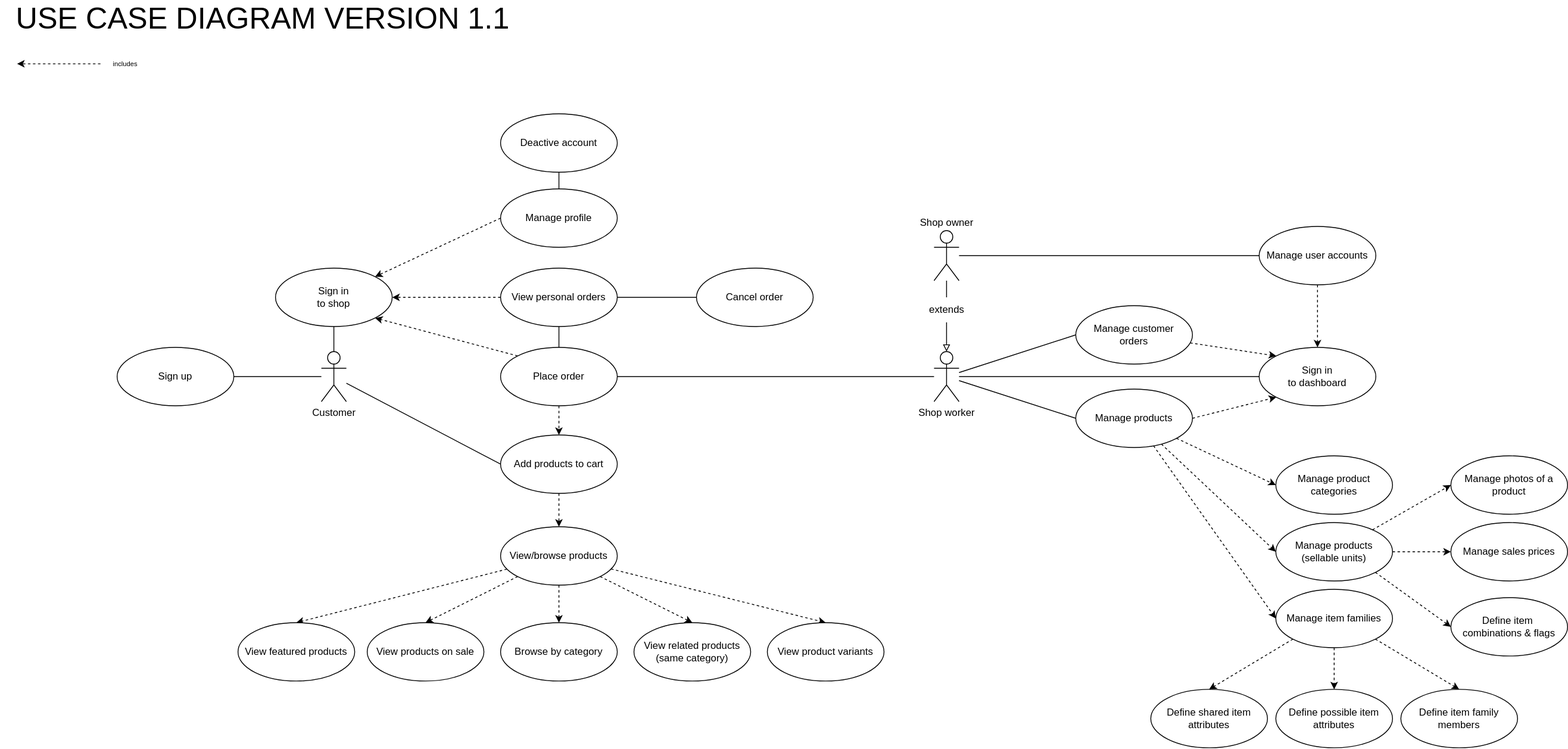
Before: docs/diagrams/use-cases.drawio.svg, a diagram exported from draw.io (thedatasnok/webshop). Source tidied: cells renumbered, new cells last; positions are measured from the earlier drawing's top-left corner, leaving out a move shared by most shapes.
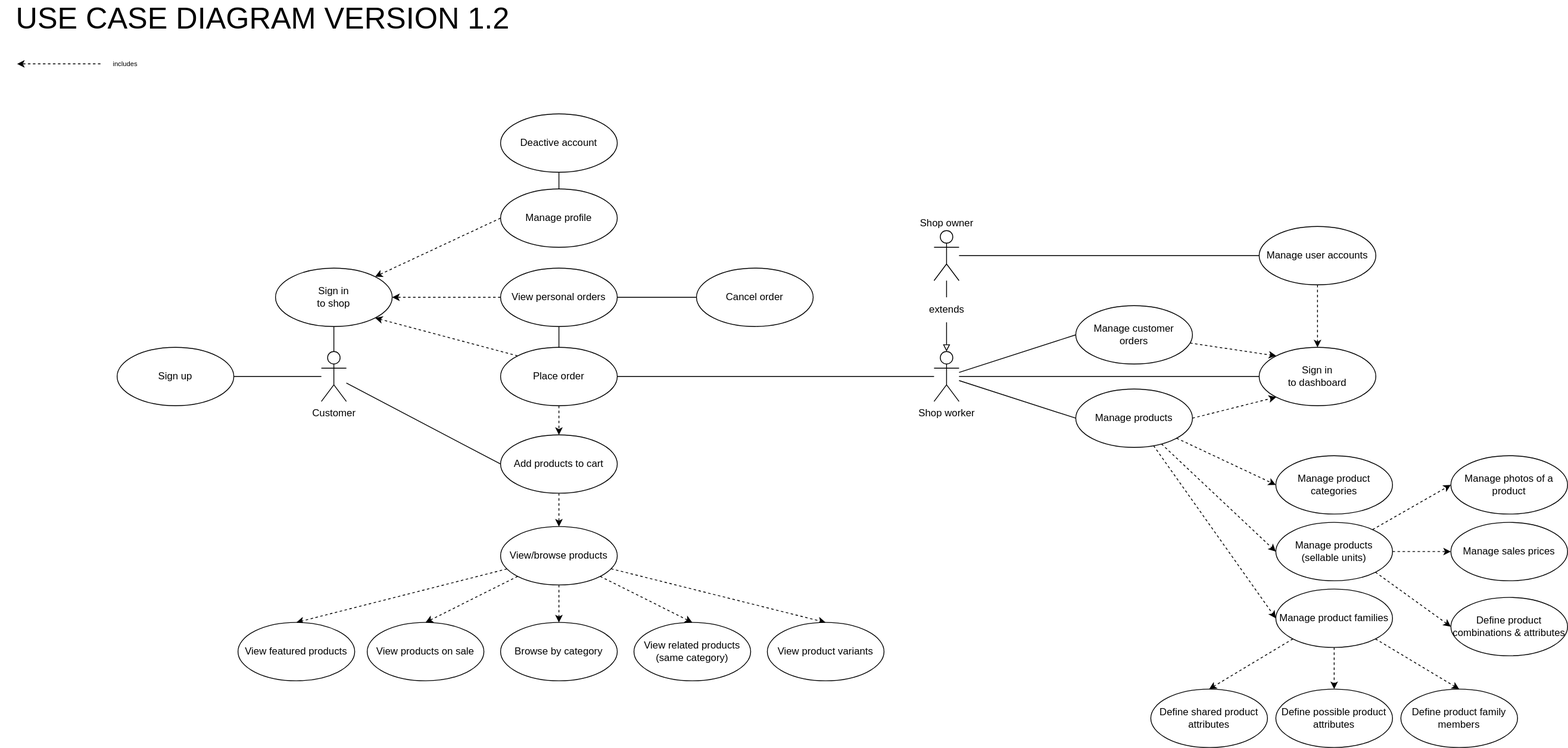
Above is the later version.

Commit message:
docs: update use case diagram

The edit, as a diff of the source:
```diff
@@ -122,7 +122,7 @@
     <mxCell id="40" value="&lt;font style=&quot;font-size: 12px;&quot;&gt;Manage products (sellable units)&lt;br&gt;&lt;/font&gt;" style="ellipse;whiteSpace=wrap;html=1;fontSize=8;" parent="1" vertex="1">
       <mxGeometry x="1530" y="620" width="140" height="70" as="geometry" />
     </mxCell>
-    <mxCell id="41" value="&lt;font style=&quot;font-size: 12px;&quot;&gt;Manage item families&lt;br&gt;&lt;/font&gt;" style="ellipse;whiteSpace=wrap;html=1;fontSize=8;" parent="1" vertex="1">
+    <mxCell id="41" value="&lt;font style=&quot;font-size: 12px;&quot;&gt;Manage product families&lt;br&gt;&lt;/font&gt;" style="ellipse;whiteSpace=wrap;html=1;fontSize=8;" parent="1" vertex="1">
       <mxGeometry x="1530" y="700" width="140" height="70" as="geometry" />
     </mxCell>
     <mxCell id="42" value="View related products&lt;br&gt;(same category)" style="ellipse;whiteSpace=wrap;html=1;" parent="1" vertex="1">
@@ -181,19 +181,19 @@
     <mxCell id="59" value="View featured products" style="ellipse;whiteSpace=wrap;html=1;fontSize=12;" parent="1" vertex="1">
       <mxGeometry x="285" y="740" width="140" height="70" as="geometry" />
     </mxCell>
-    <mxCell id="60" value="&lt;font style=&quot;font-size: 36px;&quot;&gt;USE CASE DIAGRAM VERSION 1.1&lt;/font&gt;" style="text;html=1;strokeColor=none;fillColor=none;align=center;verticalAlign=middle;whiteSpace=wrap;rounded=0;fontSize=12;" parent="1" vertex="1">
+    <mxCell id="60" value="&lt;font style=&quot;font-size: 36px;&quot;&gt;USE CASE DIAGRAM VERSION 1.2&lt;/font&gt;" style="text;html=1;strokeColor=none;fillColor=none;align=center;verticalAlign=middle;whiteSpace=wrap;rounded=0;fontSize=12;" parent="1" vertex="1">
       <mxGeometry width="630" height="30" as="geometry" />
     </mxCell>
-    <mxCell id="61" value="&lt;font style=&quot;font-size: 12px;&quot;&gt;Define item&amp;nbsp; combinations &amp;amp; flags&lt;br&gt;&lt;/font&gt;" style="ellipse;whiteSpace=wrap;html=1;fontSize=8;" parent="1" vertex="1">
+    <mxCell id="61" value="&lt;font style=&quot;font-size: 12px;&quot;&gt;Define product combinations &amp;amp; attributes&lt;br&gt;&lt;/font&gt;" style="ellipse;whiteSpace=wrap;html=1;fontSize=8;" parent="1" vertex="1">
       <mxGeometry x="1740" y="710" width="140" height="70" as="geometry" />
     </mxCell>
     <mxCell id="62" style="edgeStyle=none;html=1;entryX=0;entryY=0.5;entryDx=0;entryDy=0;dashed=1;fontSize=12;startArrow=none;startFill=0;endArrow=classic;endFill=1;exitX=1;exitY=1;exitDx=0;exitDy=0;" parent="1" edge="1" source="40" target="61">
       <mxGeometry relative="1" as="geometry" />
     </mxCell>
-    <mxCell id="63" value="&lt;font style=&quot;font-size: 12px;&quot;&gt;Define shared item attributes&lt;br&gt;&lt;/font&gt;" style="ellipse;whiteSpace=wrap;html=1;fontSize=8;" parent="1" vertex="1">
+    <mxCell id="63" value="&lt;font style=&quot;font-size: 12px;&quot;&gt;Define shared product attributes&lt;br&gt;&lt;/font&gt;" style="ellipse;whiteSpace=wrap;html=1;fontSize=8;" parent="1" vertex="1">
       <mxGeometry x="1380" y="820" width="140" height="70" as="geometry" />
     </mxCell>
-    <mxCell id="64" value="&lt;font style=&quot;font-size: 12px;&quot;&gt;Define possible item attributes&lt;br&gt;&lt;/font&gt;" style="ellipse;whiteSpace=wrap;html=1;fontSize=8;" parent="1" vertex="1">
+    <mxCell id="64" value="&lt;font style=&quot;font-size: 12px;&quot;&gt;Define possible product attributes&lt;br&gt;&lt;/font&gt;" style="ellipse;whiteSpace=wrap;html=1;fontSize=8;" parent="1" vertex="1">
       <mxGeometry x="1530" y="820" width="140" height="70" as="geometry" />
     </mxCell>
     <mxCell id="65" style="edgeStyle=none;html=1;entryX=0.5;entryY=0;entryDx=0;entryDy=0;dashed=1;fontSize=12;startArrow=none;startFill=0;endArrow=classic;endFill=1;exitX=0;exitY=1;exitDx=0;exitDy=0;" parent="1" edge="1" source="41" target="63">
@@ -202,7 +202,7 @@
     <mxCell id="66" style="edgeStyle=none;html=1;entryX=0.5;entryY=0;entryDx=0;entryDy=0;dashed=1;fontSize=12;startArrow=none;startFill=0;endArrow=classic;endFill=1;exitX=0.5;exitY=1;exitDx=0;exitDy=0;" parent="1" edge="1" source="41" target="64">
       <mxGeometry relative="1" as="geometry" />
     </mxCell>
-    <mxCell id="67" value="&lt;font style=&quot;font-size: 12px;&quot;&gt;Define item family members&lt;br&gt;&lt;/font&gt;" style="ellipse;whiteSpace=wrap;html=1;fontSize=8;" parent="1" vertex="1">
+    <mxCell id="67" value="&lt;font style=&quot;font-size: 12px;&quot;&gt;Define product family members&lt;br&gt;&lt;/font&gt;" style="ellipse;whiteSpace=wrap;html=1;fontSize=8;" parent="1" vertex="1">
       <mxGeometry x="1680" y="820" width="140" height="70" as="geometry" />
     </mxCell>
     <mxCell id="68" style="edgeStyle=none;html=1;entryX=0.5;entryY=0;entryDx=0;entryDy=0;dashed=1;fontSize=12;startArrow=none;startFill=0;endArrow=classic;endFill=1;exitX=1;exitY=1;exitDx=0;exitDy=0;" parent="1" edge="1" source="41" target="67">
```
